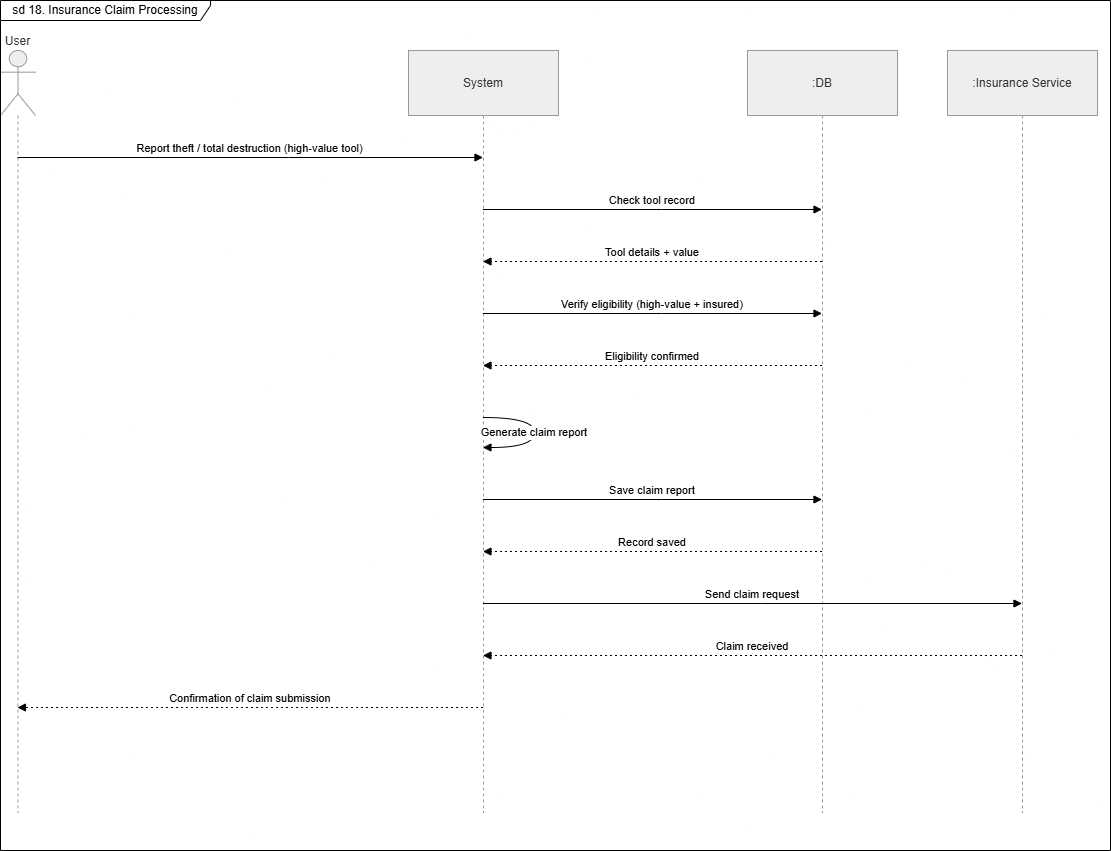
Before: SE Project/Sequence Diagrams/seq(18).drawio.png, a diagram exported from draw.io (M7moudAbdallah01/P2P-Specialized-Tool-Library-SE1-). Source tidied: cells renumbered, new cells last; positions are measured from the earlier drawing's top-left corner, leaving out a move shared by most shapes. The source it was exported from:
```xml
<mxGraphModel>
  <root>
    <mxCell id="0" />
    <mxCell id="1" parent="0" />
    <mxCell id="2" value="User" style="shape=umlLifeline;perimeter=lifelinePerimeter;whiteSpace=wrap;outlineConnect=0;portConstraint=eastwest;newEdgeStyle={&quot;edgeStyle&quot;:&quot;elbowEdgeStyle&quot;,&quot;elbow&quot;:&quot;vertical&quot;,&quot;curved&quot;:0,&quot;rounded&quot;:0};participant=umlActor;verticalAlign=bottom;labelPosition=center;verticalLabelPosition=top;align=center;size=65;fillColor=light-dark(#eeeeee,#1f2020);strokeColor=light-dark(#999999,#cccccc);fontColor=light-dark(#333333,#cccccc);" parent="1" vertex="1">
      <mxGeometry y="50" width="35" height="762" as="geometry" />
    </mxCell>
    <mxCell id="3" value="System" style="shape=umlLifeline;perimeter=lifelinePerimeter;whiteSpace=wrap;outlineConnect=0;portConstraint=eastwest;newEdgeStyle={&quot;edgeStyle&quot;:&quot;elbowEdgeStyle&quot;,&quot;elbow&quot;:&quot;vertical&quot;,&quot;curved&quot;:0,&quot;rounded&quot;:0};size=65;fillColor=light-dark(#eeeeee,#1f2020);strokeColor=light-dark(#999999,#cccccc);fontColor=light-dark(#333333,#cccccc);" parent="1" vertex="1">
      <mxGeometry x="408" y="50" width="150" height="762" as="geometry" />
    </mxCell>
    <mxCell id="4" value=":DB" style="shape=umlLifeline;perimeter=lifelinePerimeter;whiteSpace=wrap;outlineConnect=0;portConstraint=eastwest;newEdgeStyle={&quot;edgeStyle&quot;:&quot;elbowEdgeStyle&quot;,&quot;elbow&quot;:&quot;vertical&quot;,&quot;curved&quot;:0,&quot;rounded&quot;:0};size=65;fillColor=light-dark(#eeeeee,#1f2020);strokeColor=light-dark(#999999,#cccccc);fontColor=light-dark(#333333,#cccccc);" parent="1" vertex="1">
      <mxGeometry x="747" y="50" width="150" height="762" as="geometry" />
    </mxCell>
    <mxCell id="5" value=":Insurance Service" style="shape=umlLifeline;perimeter=lifelinePerimeter;whiteSpace=wrap;outlineConnect=0;portConstraint=eastwest;newEdgeStyle={&quot;edgeStyle&quot;:&quot;elbowEdgeStyle&quot;,&quot;elbow&quot;:&quot;vertical&quot;,&quot;curved&quot;:0,&quot;rounded&quot;:0};size=65;fillColor=light-dark(#eeeeee,#1f2020);strokeColor=light-dark(#999999,#cccccc);fontColor=light-dark(#333333,#cccccc);" parent="1" vertex="1">
      <mxGeometry x="947" y="50" width="150" height="762" as="geometry" />
    </mxCell>
    <mxCell id="6" value="Report theft / total destruction (high-value tool)" style="verticalAlign=bottom;edgeStyle=elbowEdgeStyle;elbow=vertical;curved=0;rounded=0;endArrow=block;" parent="1" edge="1" source="2" target="3">
      <mxGeometry relative="1" as="geometry">
        <Array as="points">
          <mxPoint x="288" y="157" />
        </Array>
      </mxGeometry>
    </mxCell>
    <mxCell id="7" value="Check tool record" style="verticalAlign=bottom;edgeStyle=elbowEdgeStyle;elbow=vertical;curved=0;rounded=0;endArrow=block;" parent="1" edge="1" source="3" target="4">
      <mxGeometry relative="1" as="geometry">
        <Array as="points">
          <mxPoint x="661" y="209" />
        </Array>
      </mxGeometry>
    </mxCell>
    <mxCell id="8" value="Tool details + value" style="verticalAlign=bottom;edgeStyle=elbowEdgeStyle;elbow=vertical;curved=0;rounded=0;dashed=1;dashPattern=2 3;endArrow=block;" parent="1" edge="1" source="4" target="3">
      <mxGeometry relative="1" as="geometry">
        <Array as="points">
          <mxPoint x="664" y="261" />
        </Array>
      </mxGeometry>
    </mxCell>
    <mxCell id="9" value="Verify eligibility (high-value + insured)" style="verticalAlign=bottom;edgeStyle=elbowEdgeStyle;elbow=vertical;curved=0;rounded=0;endArrow=block;" parent="1" edge="1" source="3" target="4">
      <mxGeometry relative="1" as="geometry">
        <Array as="points">
          <mxPoint x="661" y="313" />
        </Array>
      </mxGeometry>
    </mxCell>
    <mxCell id="10" value="Eligibility confirmed" style="verticalAlign=bottom;edgeStyle=elbowEdgeStyle;elbow=vertical;curved=0;rounded=0;dashed=1;dashPattern=2 3;endArrow=block;" parent="1" edge="1" source="4" target="3">
      <mxGeometry relative="1" as="geometry">
        <Array as="points">
          <mxPoint x="664" y="365" />
        </Array>
      </mxGeometry>
    </mxCell>
    <mxCell id="11" value="Generate claim report" style="curved=1;endArrow=block;" parent="1" edge="1" source="3" target="3">
      <mxGeometry relative="1" as="geometry">
        <Array as="points">
          <mxPoint x="534" y="417" />
          <mxPoint x="534" y="447" />
        </Array>
      </mxGeometry>
    </mxCell>
    <mxCell id="12" value="Save claim report" style="verticalAlign=bottom;edgeStyle=elbowEdgeStyle;elbow=vertical;curved=0;rounded=0;endArrow=block;" parent="1" edge="1" source="3" target="4">
      <mxGeometry relative="1" as="geometry">
        <Array as="points">
          <mxPoint x="661" y="499" />
        </Array>
      </mxGeometry>
    </mxCell>
    <mxCell id="13" value="Record saved" style="verticalAlign=bottom;edgeStyle=elbowEdgeStyle;elbow=vertical;curved=0;rounded=0;dashed=1;dashPattern=2 3;endArrow=block;" parent="1" edge="1" source="4" target="3">
      <mxGeometry relative="1" as="geometry">
        <Array as="points">
          <mxPoint x="664" y="551" />
        </Array>
      </mxGeometry>
    </mxCell>
    <mxCell id="14" value="Send claim request" style="verticalAlign=bottom;edgeStyle=elbowEdgeStyle;elbow=vertical;curved=0;rounded=0;endArrow=block;" parent="1" edge="1" source="3" target="5">
      <mxGeometry relative="1" as="geometry">
        <Array as="points">
          <mxPoint x="761" y="603" />
        </Array>
      </mxGeometry>
    </mxCell>
    <mxCell id="15" value="Claim received" style="verticalAlign=bottom;edgeStyle=elbowEdgeStyle;elbow=vertical;curved=0;rounded=0;dashed=1;dashPattern=2 3;endArrow=block;" parent="1" edge="1" source="5" target="3">
      <mxGeometry relative="1" as="geometry">
        <Array as="points">
          <mxPoint x="764" y="655" />
        </Array>
      </mxGeometry>
    </mxCell>
    <mxCell id="16" value="Confirmation of claim submission" style="verticalAlign=bottom;edgeStyle=elbowEdgeStyle;elbow=vertical;curved=0;rounded=0;dashed=1;dashPattern=2 3;endArrow=block;" parent="1" edge="1" source="3" target="2">
      <mxGeometry relative="1" as="geometry">
        <Array as="points">
          <mxPoint x="291" y="707" />
        </Array>
      </mxGeometry>
    </mxCell>
    <mxCell id="17" value="sd 18. Insurance Claim Processing" style="shape=umlFrame;whiteSpace=wrap;html=1;width=210;height=20;" parent="1" vertex="1">
      <mxGeometry width="1110" height="850" as="geometry" />
    </mxCell>
  </root>
</mxGraphModel>
```
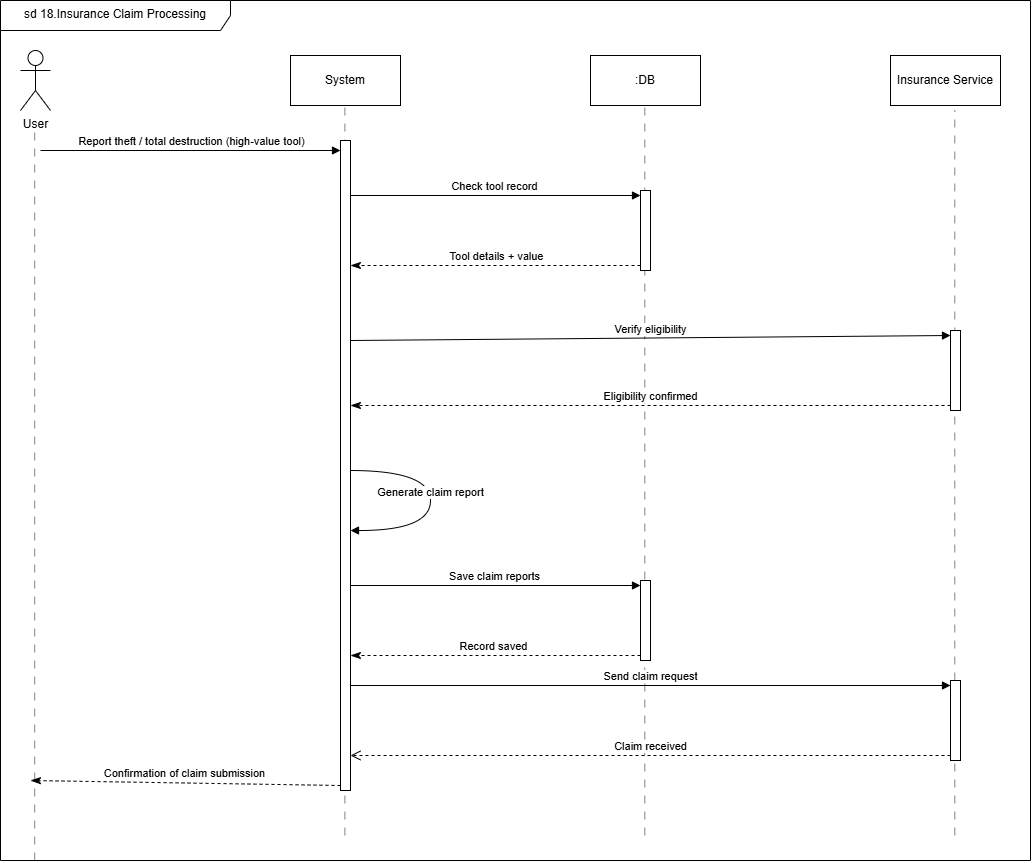
The same file after the commit.

The edit, as a diff of the source:
```diff
@@ -2,98 +2,115 @@
   <root>
     <mxCell id="0" />
     <mxCell id="1" parent="0" />
-    <mxCell id="2" value="User" style="shape=umlLifeline;perimeter=lifelinePerimeter;whiteSpace=wrap;outlineConnect=0;portConstraint=eastwest;newEdgeStyle={&quot;edgeStyle&quot;:&quot;elbowEdgeStyle&quot;,&quot;elbow&quot;:&quot;vertical&quot;,&quot;curved&quot;:0,&quot;rounded&quot;:0};participant=umlActor;verticalAlign=bottom;labelPosition=center;verticalLabelPosition=top;align=center;size=65;fillColor=light-dark(#eeeeee,#1f2020);strokeColor=light-dark(#999999,#cccccc);fontColor=light-dark(#333333,#cccccc);" parent="1" vertex="1">
-      <mxGeometry y="50" width="35" height="762" as="geometry" />
+    <mxCell id="2" value="User" style="shape=umlActor;verticalLabelPosition=bottom;verticalAlign=top;html=1;" parent="1" vertex="1">
+      <mxGeometry x="-810" y="80" width="30" height="60" as="geometry" />
     </mxCell>
-    <mxCell id="3" value="System" style="shape=umlLifeline;perimeter=lifelinePerimeter;whiteSpace=wrap;outlineConnect=0;portConstraint=eastwest;newEdgeStyle={&quot;edgeStyle&quot;:&quot;elbowEdgeStyle&quot;,&quot;elbow&quot;:&quot;vertical&quot;,&quot;curved&quot;:0,&quot;rounded&quot;:0};size=65;fillColor=light-dark(#eeeeee,#1f2020);strokeColor=light-dark(#999999,#cccccc);fontColor=light-dark(#333333,#cccccc);" parent="1" vertex="1">
-      <mxGeometry x="408" y="50" width="150" height="762" as="geometry" />
+    <mxCell id="3" value="System" style="html=1;whiteSpace=wrap;" parent="1" vertex="1">
+      <mxGeometry x="-540" y="85" width="110" height="50" as="geometry" />
     </mxCell>
-    <mxCell id="4" value=":DB" style="shape=umlLifeline;perimeter=lifelinePerimeter;whiteSpace=wrap;outlineConnect=0;portConstraint=eastwest;newEdgeStyle={&quot;edgeStyle&quot;:&quot;elbowEdgeStyle&quot;,&quot;elbow&quot;:&quot;vertical&quot;,&quot;curved&quot;:0,&quot;rounded&quot;:0};size=65;fillColor=light-dark(#eeeeee,#1f2020);strokeColor=light-dark(#999999,#cccccc);fontColor=light-dark(#333333,#cccccc);" parent="1" vertex="1">
-      <mxGeometry x="747" y="50" width="150" height="762" as="geometry" />
+    <mxCell id="4" value=":DB" style="html=1;whiteSpace=wrap;" parent="1" vertex="1">
+      <mxGeometry x="-240" y="85" width="110" height="50" as="geometry" />
     </mxCell>
-    <mxCell id="5" value=":Insurance Service" style="shape=umlLifeline;perimeter=lifelinePerimeter;whiteSpace=wrap;outlineConnect=0;portConstraint=eastwest;newEdgeStyle={&quot;edgeStyle&quot;:&quot;elbowEdgeStyle&quot;,&quot;elbow&quot;:&quot;vertical&quot;,&quot;curved&quot;:0,&quot;rounded&quot;:0};size=65;fillColor=light-dark(#eeeeee,#1f2020);strokeColor=light-dark(#999999,#cccccc);fontColor=light-dark(#333333,#cccccc);" parent="1" vertex="1">
-      <mxGeometry x="947" y="50" width="150" height="762" as="geometry" />
-    </mxCell>
+    <mxCell id="18" value="Insurance Service" style="html=1;whiteSpace=wrap;" parent="1" vertex="1">
+      <mxGeometry x="60" y="85" width="110" height="50" as="geometry" />
+    </mxCell>
+    <mxCell id="19" style="endArrow=none;html=1;rounded=0;dashed=1;dashPattern=8 8;strokeColor=light-dark(#838181, #ededed);" parent="1" edge="1">
+      <mxGeometry relative="1" as="geometry">
+        <mxPoint x="-795.8" y="890" as="sourcePoint" />
+        <mxPoint x="-795.8" y="160" as="targetPoint" />
+      </mxGeometry>
+    </mxCell>
+    <mxCell id="20" style="endArrow=none;html=1;rounded=0;dashed=1;dashPattern=8 8;strokeColor=light-dark(#838181, #ededed);" parent="1" edge="1">
+      <mxGeometry relative="1" as="geometry">
+        <mxPoint x="-485.6" y="865" as="sourcePoint" />
+        <mxPoint x="-485.6" y="135" as="targetPoint" />
+      </mxGeometry>
+    </mxCell>
+    <mxCell id="21" style="endArrow=none;html=1;rounded=0;dashed=1;dashPattern=8 8;strokeColor=light-dark(#838181, #ededed);" parent="1" edge="1">
+      <mxGeometry relative="1" as="geometry">
+        <mxPoint x="-185.7" y="865" as="sourcePoint" />
+        <mxPoint x="-185.7" y="135" as="targetPoint" />
+      </mxGeometry>
+    </mxCell>
+    <mxCell id="22" style="endArrow=none;html=1;rounded=0;dashed=1;dashPattern=8 8;strokeColor=light-dark(#838181, #ededed);" parent="1" edge="1">
+      <mxGeometry relative="1" as="geometry">
+        <mxPoint x="124.3" y="365" as="sourcePoint" />
+        <mxPoint x="124.3" y="140" as="targetPoint" />
+      </mxGeometry>
+    </mxCell>
+    <mxCell id="23" style="html=1;points=[[0,0,0,0,5],[0,1,0,0,-5],[1,0,0,0,5],[1,1,0,0,-5]];perimeter=orthogonalPerimeter;outlineConnect=0;targetShapes=umlLifeline;portConstraint=eastwest;newEdgeStyle={&quot;curved&quot;:0,&quot;rounded&quot;:0};" parent="1" vertex="1">
+      <mxGeometry x="-490" y="170" width="10" height="650" as="geometry" />
+    </mxCell>
-    <mxCell id="6" value="Report theft / total destruction (high-value tool)" style="verticalAlign=bottom;edgeStyle=elbowEdgeStyle;elbow=vertical;curved=0;rounded=0;endArrow=block;" parent="1" edge="1" source="2" target="3">
+    <mxCell id="6" value="Report theft / total destruction (high-value tool)" style="html=1;verticalAlign=bottom;endArrow=block;curved=0;rounded=0;" parent="1" edge="1" target="23">
       <mxGeometry relative="1" as="geometry">
-        <Array as="points">
-          <mxPoint x="288" y="157" />
-        </Array>
+        <mxPoint x="-790" y="180" as="sourcePoint" />
       </mxGeometry>
     </mxCell>
+    <mxCell id="16" value="Confirmation of claim submission" style="html=1;verticalAlign=bottom;endArrow=classicThin;dashed=1;endSize=8;curved=0;rounded=0;exitX=0;exitY=1;exitDx=0;exitDy=-5;endFill=1;" parent="1" edge="1" source="23">
+      <mxGeometry relative="1" as="geometry">
+        <mxPoint x="-800" y="810" as="targetPoint" />
+      </mxGeometry>
+    </mxCell>
+    <mxCell id="11" value="Generate claim report" style="html=1;verticalAlign=bottom;endArrow=block;rounded=0;edgeStyle=orthogonalEdgeStyle;curved=1;" parent="1" edge="1">
+      <mxGeometry relative="1" as="geometry">
+        <mxPoint x="-480" y="500" as="sourcePoint" />
+        <mxPoint x="-480" y="560" as="targetPoint" />
+        <Array as="points">
+          <mxPoint x="-400" y="500" />
+          <mxPoint x="-400" y="560" />
+        </Array>
+      </mxGeometry>
+    </mxCell>
+    <mxCell id="24" style="html=1;points=[[0,0,0,0,5],[0,1,0,0,-5],[1,0,0,0,5],[1,1,0,0,-5]];perimeter=orthogonalPerimeter;outlineConnect=0;targetShapes=umlLifeline;portConstraint=eastwest;newEdgeStyle={&quot;curved&quot;:0,&quot;rounded&quot;:0};" parent="1" vertex="1">
+      <mxGeometry x="-190" y="220" width="10" height="80" as="geometry" />
+    </mxCell>
-    <mxCell id="7" value="Check tool record" style="verticalAlign=bottom;edgeStyle=elbowEdgeStyle;elbow=vertical;curved=0;rounded=0;endArrow=block;" parent="1" edge="1" source="3" target="4">
-      <mxGeometry relative="1" as="geometry">
-        <Array as="points">
-          <mxPoint x="661" y="209" />
-        </Array>
-      </mxGeometry>
+    <mxCell id="7" value="Check tool record" style="html=1;verticalAlign=bottom;endArrow=block;curved=0;rounded=0;entryX=0;entryY=0;entryDx=0;entryDy=5;" parent="1" edge="1" source="23" target="24">
+      <mxGeometry relative="1" as="geometry" />
     </mxCell>
-    <mxCell id="8" value="Tool details + value" style="verticalAlign=bottom;edgeStyle=elbowEdgeStyle;elbow=vertical;curved=0;rounded=0;dashed=1;dashPattern=2 3;endArrow=block;" parent="1" edge="1" source="4" target="3">
-      <mxGeometry relative="1" as="geometry">
-        <Array as="points">
-          <mxPoint x="664" y="261" />
-        </Array>
-      </mxGeometry>
+    <mxCell id="8" value="Tool details + value" style="html=1;verticalAlign=bottom;endArrow=classicThin;dashed=1;endSize=8;curved=0;rounded=0;exitX=0;exitY=1;exitDx=0;exitDy=-5;endFill=1;" parent="1" edge="1" source="24" target="23">
+      <mxGeometry relative="1" as="geometry" />
     </mxCell>
-    <mxCell id="9" value="Verify eligibility (high-value + insured)" style="verticalAlign=bottom;edgeStyle=elbowEdgeStyle;elbow=vertical;curved=0;rounded=0;endArrow=block;" parent="1" edge="1" source="3" target="4">
-      <mxGeometry relative="1" as="geometry">
-        <Array as="points">
-          <mxPoint x="661" y="313" />
-        </Array>
-      </mxGeometry>
-    </mxCell>
+    <mxCell id="25" style="html=1;points=[[0,0,0,0,5],[0,1,0,0,-5],[1,0,0,0,5],[1,1,0,0,-5]];perimeter=orthogonalPerimeter;outlineConnect=0;targetShapes=umlLifeline;portConstraint=eastwest;newEdgeStyle={&quot;curved&quot;:0,&quot;rounded&quot;:0};" parent="1" vertex="1">
+      <mxGeometry x="-190" y="610" width="10" height="80" as="geometry" />
+    </mxCell>
+    <mxCell id="26" value="Save claim reports" style="html=1;verticalAlign=bottom;endArrow=block;curved=0;rounded=0;entryX=0;entryY=0;entryDx=0;entryDy=5;" parent="1" edge="1" source="23" target="25">
+      <mxGeometry relative="1" as="geometry" />
+    </mxCell>
+    <mxCell id="13" value="Record saved" style="html=1;verticalAlign=bottom;endArrow=classicThin;dashed=1;endSize=8;curved=0;rounded=0;exitX=0;exitY=1;exitDx=0;exitDy=-5;endFill=1;" parent="1" edge="1" source="25" target="23">
+      <mxGeometry relative="1" as="geometry" />
+    </mxCell>
+    <mxCell id="27" value="Verify eligibility" style="html=1;verticalAlign=bottom;endArrow=block;curved=0;rounded=0;entryX=0;entryY=0;entryDx=0;entryDy=5;" parent="1" edge="1" target="29">
+      <mxGeometry relative="1" as="geometry">
+        <mxPoint x="-480" y="370" as="sourcePoint" />
+      </mxGeometry>
+    </mxCell>
-    <mxCell id="10" value="Eligibility confirmed" style="verticalAlign=bottom;edgeStyle=elbowEdgeStyle;elbow=vertical;curved=0;rounded=0;dashed=1;dashPattern=2 3;endArrow=block;" parent="1" edge="1" source="4" target="3">
-      <mxGeometry relative="1" as="geometry">
-        <Array as="points">
-          <mxPoint x="664" y="365" />
-        </Array>
-      </mxGeometry>
+    <mxCell id="10" value="Eligibility confirmed" style="html=1;verticalAlign=bottom;endArrow=classicThin;dashed=1;endSize=8;curved=0;rounded=0;exitX=0;exitY=1;exitDx=0;exitDy=-5;endFill=1;" parent="1" edge="1" source="29" target="23">
+      <mxGeometry relative="1" as="geometry" />
     </mxCell>
-    <mxCell id="11" value="Generate claim report" style="curved=1;endArrow=block;" parent="1" edge="1" source="3" target="3">
-      <mxGeometry relative="1" as="geometry">
-        <Array as="points">
-          <mxPoint x="534" y="417" />
-          <mxPoint x="534" y="447" />
-        </Array>
-      </mxGeometry>
-    </mxCell>
-    <mxCell id="12" value="Save claim report" style="verticalAlign=bottom;edgeStyle=elbowEdgeStyle;elbow=vertical;curved=0;rounded=0;endArrow=block;" parent="1" edge="1" source="3" target="4">
-      <mxGeometry relative="1" as="geometry">
-        <Array as="points">
-          <mxPoint x="661" y="499" />
-        </Array>
-      </mxGeometry>
-    </mxCell>
-    <mxCell id="13" value="Record saved" style="verticalAlign=bottom;edgeStyle=elbowEdgeStyle;elbow=vertical;curved=0;rounded=0;dashed=1;dashPattern=2 3;endArrow=block;" parent="1" edge="1" source="4" target="3">
-      <mxGeometry relative="1" as="geometry">
-        <Array as="points">
-          <mxPoint x="664" y="551" />
-        </Array>
-      </mxGeometry>
-    </mxCell>
+    <mxCell id="28" style="endArrow=none;html=1;rounded=0;dashed=1;dashPattern=8 8;strokeColor=light-dark(#838181, #ededed);" parent="1" edge="1" source="31">
+      <mxGeometry relative="1" as="geometry">
+        <mxPoint x="124.3" y="440" as="targetPoint" />
+      </mxGeometry>
+    </mxCell>
+    <mxCell id="29" style="html=1;points=[[0,0,0,0,5],[0,1,0,0,-5],[1,0,0,0,5],[1,1,0,0,-5]];perimeter=orthogonalPerimeter;outlineConnect=0;targetShapes=umlLifeline;portConstraint=eastwest;newEdgeStyle={&quot;curved&quot;:0,&quot;rounded&quot;:0};" parent="1" vertex="1">
+      <mxGeometry x="120" y="360" width="10" height="80" as="geometry" />
+    </mxCell>
-    <mxCell id="14" value="Send claim request" style="verticalAlign=bottom;edgeStyle=elbowEdgeStyle;elbow=vertical;curved=0;rounded=0;endArrow=block;" parent="1" edge="1" source="3" target="5">
-      <mxGeometry relative="1" as="geometry">
-        <Array as="points">
-          <mxPoint x="761" y="603" />
-        </Array>
-      </mxGeometry>
+    <mxCell id="14" value="Send claim request" style="html=1;verticalAlign=bottom;endArrow=block;curved=0;rounded=0;entryX=0;entryY=0;entryDx=0;entryDy=5;" parent="1" edge="1" source="23" target="31">
+      <mxGeometry relative="1" as="geometry" />
     </mxCell>
-    <mxCell id="15" value="Claim received" style="verticalAlign=bottom;edgeStyle=elbowEdgeStyle;elbow=vertical;curved=0;rounded=0;dashed=1;dashPattern=2 3;endArrow=block;" parent="1" edge="1" source="5" target="3">
-      <mxGeometry relative="1" as="geometry">
-        <Array as="points">
-          <mxPoint x="764" y="655" />
-        </Array>
-      </mxGeometry>
+    <mxCell id="15" value="Claim received" style="html=1;verticalAlign=bottom;endArrow=open;dashed=1;endSize=8;curved=0;rounded=0;exitX=0;exitY=1;exitDx=0;exitDy=-5;" parent="1" edge="1" source="31" target="23">
+      <mxGeometry relative="1" as="geometry" />
     </mxCell>
-    <mxCell id="16" value="Confirmation of claim submission" style="verticalAlign=bottom;edgeStyle=elbowEdgeStyle;elbow=vertical;curved=0;rounded=0;dashed=1;dashPattern=2 3;endArrow=block;" parent="1" edge="1" source="3" target="2">
-      <mxGeometry relative="1" as="geometry">
-        <Array as="points">
-          <mxPoint x="291" y="707" />
-        </Array>
-      </mxGeometry>
-    </mxCell>
-    <mxCell id="17" value="sd 18. Insurance Claim Processing" style="shape=umlFrame;whiteSpace=wrap;html=1;width=210;height=20;" parent="1" vertex="1">
-      <mxGeometry width="1110" height="850" as="geometry" />
-    </mxCell>
+    <mxCell id="30" style="endArrow=none;html=1;rounded=0;dashed=1;dashPattern=8 8;strokeColor=light-dark(#838181, #ededed);" parent="1" edge="1" target="31">
+      <mxGeometry relative="1" as="geometry">
+        <mxPoint x="124.3" y="865" as="sourcePoint" />
+      </mxGeometry>
+    </mxCell>
+    <mxCell id="31" style="html=1;points=[[0,0,0,0,5],[0,1,0,0,-5],[1,0,0,0,5],[1,1,0,0,-5]];perimeter=orthogonalPerimeter;outlineConnect=0;targetShapes=umlLifeline;portConstraint=eastwest;newEdgeStyle={&quot;curved&quot;:0,&quot;rounded&quot;:0};" parent="1" vertex="1">
+      <mxGeometry x="120" y="710" width="10" height="80" as="geometry" />
+    </mxCell>
+    <mxCell id="32" value="sd 18.Insurance Claim Processing" style="shape=umlFrame;whiteSpace=wrap;html=1;width=230;height=30;" parent="1" vertex="1">
+      <mxGeometry x="-830" y="30" width="1030" height="860" as="geometry" />
+    </mxCell>
   </root>
 </mxGraphModel>
```
